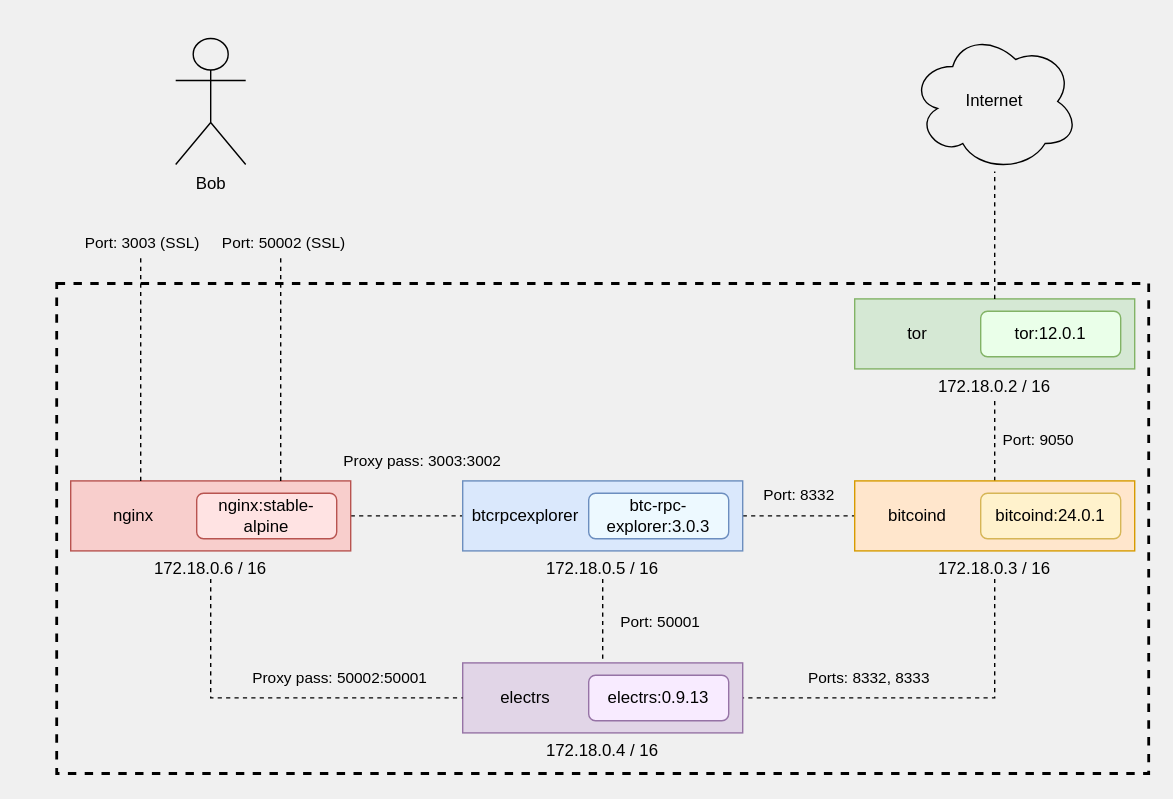
The draw.io diagram .doc/readme/diagram.drawio.xml in reverse-hash/bitcoin-full-node-with-docker, before the edit. Source tidied: cells renumbered, new cells numbered last; positions are measured from the earlier drawing's top-left corner, leaving out a move shared by most shapes. Both pictures are drawn from the tidied source at 140%, with x=0, y=0 at pixel (56, 31).
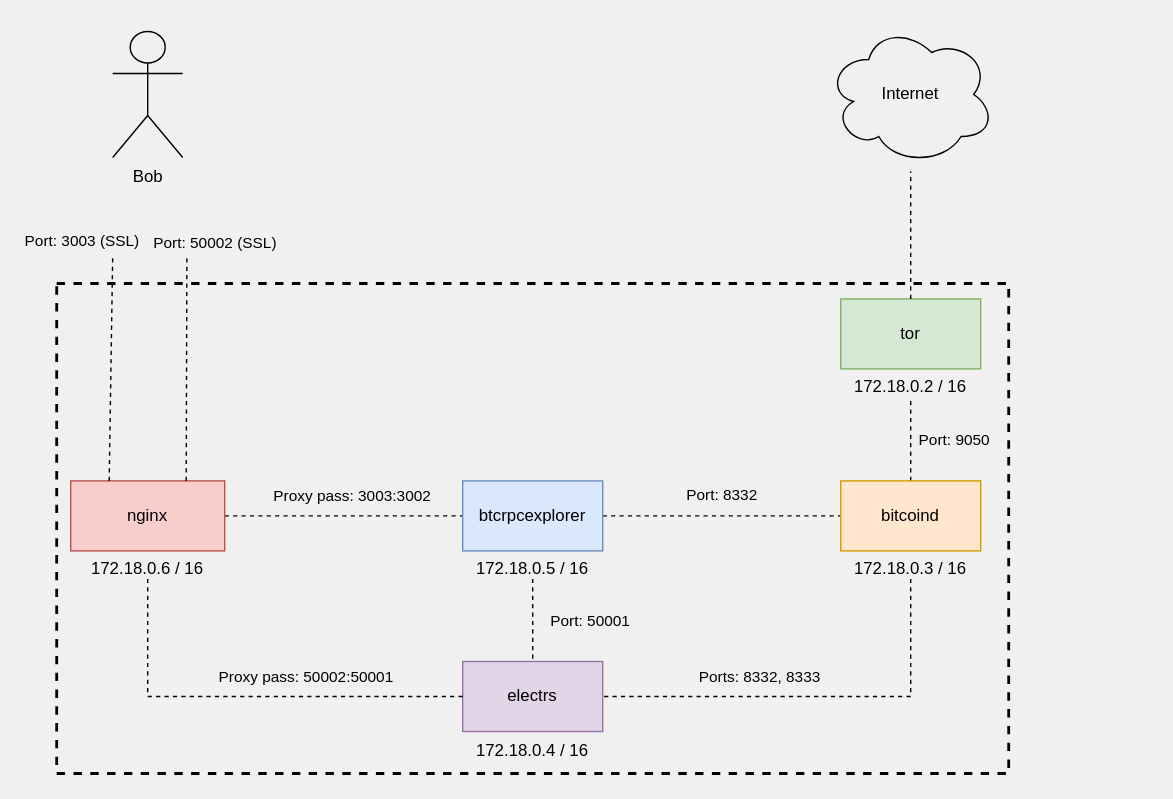
Above is the later version.

Commit message (it also covers changes not shown here):
Upgrade to electrs + add dark diagram

Unchanged cells that the change refers to:
```xml
<mxCell id="9" style="endArrow=none;dashed=1;html=1;rounded=0;entryX=0;entryY=0.5;entryDx=0;entryDy=0;exitX=1;exitY=0.5;exitDx=0;exitDy=0;" parent="1" edge="1" source="11" target="21">
  <mxGeometry relative="1" as="geometry" />
</mxCell>
```

Diff of the diagram source:
```diff
@@
     <mxCell id="2" style="rounded=0;whiteSpace=wrap;html=1;dashed=1;fillColor=none;strokeWidth=2;" parent="1" vertex="1">
-      <mxGeometry y="180" width="780" height="350" as="geometry" />
+      <mxGeometry y="180" width="680" height="350" as="geometry" />
     </mxCell>
@@
     <mxCell id="5" value="Bob" style="shape=umlActor;verticalLabelPosition=bottom;verticalAlign=top;html=1;fillColor=none;" parent="1" vertex="1">
-      <mxGeometry x="85" y="5" width="50" height="90" as="geometry" />
+      <mxGeometry x="40" width="50" height="90" as="geometry" />
     </mxCell>
@@
     <mxCell id="7" style="endArrow=none;dashed=1;html=1;rounded=0;exitX=0.5;exitY=1;exitDx=0;exitDy=0;entryX=1;entryY=0.5;entryDx=0;entryDy=0;" parent="1" edge="1" source="27" target="17">
       <mxGeometry relative="1" as="geometry">
         <Array as="points">
-          <mxPoint x="670" y="476" />
+          <mxPoint x="610" y="475" />
         </Array>
       </mxGeometry>
     </mxCell>
@@
     <mxCell id="10" value="Proxy pass: 3003:3002" style="edgeLabel;html=1;align=center;verticalAlign=middle;labelBackgroundColor=none;" parent="9" vertex="1">
       <mxGeometry x="0.15" y="-1" relative="1" as="geometry">
-        <mxPoint x="4" y="-41" as="offset" />
+        <mxPoint x="-8" y="-16" as="offset" />
       </mxGeometry>
     </mxCell>
     <mxCell id="11" style="rounded=0;whiteSpace=wrap;html=1;align=left;perimeterSpacing=0;spacingLeft=10;fillColor=#f8cecc;strokeColor=#b85450;" parent="1" vertex="1">
-      <mxGeometry x="10" y="321" width="200" height="50" as="geometry" />
+      <mxGeometry x="10" y="321" width="110" height="50" as="geometry" />
     </mxCell>
-    <mxCell id="12" value="nginx:stable-alpine" style="rounded=1;whiteSpace=wrap;html=1;fillColor=#FFE3E3;strokeColor=#b85450;" parent="1" vertex="1">
-      <mxGeometry x="100" y="329.8" width="100" height="32.5" as="geometry" />
-    </mxCell>
     <mxCell id="13" value="172.18.0.6 / 16" style="text;html=1;strokeColor=none;fillColor=none;align=center;verticalAlign=middle;whiteSpace=wrap;rounded=0;" parent="1" vertex="1">
-      <mxGeometry x="10" y="376" width="200" height="15" as="geometry" />
+      <mxGeometry x="10" y="376" width="110" height="15" as="geometry" />
     </mxCell>
     <mxCell id="14" value="&lt;span style=&quot;text-align: left;&quot;&gt;nginx&lt;/span&gt;" style="text;html=1;strokeColor=none;fillColor=none;align=center;verticalAlign=middle;whiteSpace=wrap;rounded=0;" parent="1" vertex="1">
-      <mxGeometry x="20" y="331" width="70" height="30" as="geometry" />
+      <mxGeometry x="20" y="331" width="90" height="30" as="geometry" />
     </mxCell>
@@
     <mxCell id="17" style="rounded=0;whiteSpace=wrap;html=1;align=left;perimeterSpacing=0;spacingLeft=10;fillColor=#e1d5e7;strokeColor=#9673a6;" parent="1" vertex="1">
-      <mxGeometry x="290" y="451" width="200" height="50" as="geometry" />
+      <mxGeometry x="290" y="450" width="100" height="50" as="geometry" />
     </mxCell>
-    <mxCell id="18" value="electrs:0.9.13" style="rounded=1;whiteSpace=wrap;html=1;fillColor=#F8EBFF;strokeColor=#9673a6;" parent="1" vertex="1">
-      <mxGeometry x="380" y="459.8" width="100" height="32.5" as="geometry" />
-    </mxCell>
     <mxCell id="19" value="172.18.0.4 / 16" style="text;html=1;strokeColor=none;fillColor=none;align=center;verticalAlign=middle;whiteSpace=wrap;rounded=0;" parent="1" vertex="1">
-      <mxGeometry x="290" y="506" width="200" height="15" as="geometry" />
+      <mxGeometry x="290" y="506" width="100" height="15" as="geometry" />
     </mxCell>
     <mxCell id="20" value="&lt;span style=&quot;text-align: left;&quot;&gt;electrs&lt;/span&gt;" style="text;html=1;strokeColor=none;fillColor=none;align=center;verticalAlign=middle;whiteSpace=wrap;rounded=0;" parent="1" vertex="1">
-      <mxGeometry x="300" y="461" width="70" height="30" as="geometry" />
+      <mxGeometry x="300" y="455.5" width="80" height="39" as="geometry" />
     </mxCell>
     <mxCell id="21" style="rounded=0;whiteSpace=wrap;html=1;align=left;perimeterSpacing=0;spacingLeft=10;fillColor=#dae8fc;strokeColor=#6c8ebf;" parent="1" vertex="1">
-      <mxGeometry x="290" y="321" width="200" height="50" as="geometry" />
+      <mxGeometry x="290" y="321" width="100" height="50" as="geometry" />
     </mxCell>
-    <mxCell id="22" value="btc-rpc-explorer:3.0.3" style="rounded=1;whiteSpace=wrap;html=1;fillColor=#EDF9FF;strokeColor=#6c8ebf;" parent="1" vertex="1">
-      <mxGeometry x="380" y="329.8" width="100" height="32.5" as="geometry" />
-    </mxCell>
     <mxCell id="23" value="172.18.0.5 / 16" style="text;html=1;strokeColor=none;fillColor=none;align=center;verticalAlign=middle;whiteSpace=wrap;rounded=0;" parent="1" vertex="1">
-      <mxGeometry x="290" y="376" width="200" height="15" as="geometry" />
+      <mxGeometry x="290" y="376" width="100" height="15" as="geometry" />
     </mxCell>
     <mxCell id="24" value="&lt;span style=&quot;text-align: left;&quot;&gt;btcrpcexplorer&lt;/span&gt;" style="text;html=1;strokeColor=none;fillColor=none;align=center;verticalAlign=middle;whiteSpace=wrap;rounded=0;" parent="1" vertex="1">
-      <mxGeometry x="300" y="331" width="70" height="30" as="geometry" />
+      <mxGeometry x="300" y="330" width="80" height="31" as="geometry" />
     </mxCell>
     <mxCell id="25" style="rounded=0;whiteSpace=wrap;html=1;align=left;perimeterSpacing=0;spacingLeft=10;fillColor=#ffe6cc;strokeColor=#d79b00;" parent="1" vertex="1">
-      <mxGeometry x="570" y="321" width="200" height="50" as="geometry" />
+      <mxGeometry x="560" y="321" width="100" height="50" as="geometry" />
     </mxCell>
-    <mxCell id="26" value="bitcoind:24.0.1" style="rounded=1;whiteSpace=wrap;html=1;fillColor=#fff2cc;strokeColor=#d6b656;" parent="1" vertex="1">
-      <mxGeometry x="660" y="329.8" width="100" height="32.5" as="geometry" />
-    </mxCell>
     <mxCell id="27" value="172.18.0.3 / 16" style="text;html=1;strokeColor=none;fillColor=none;align=center;verticalAlign=middle;whiteSpace=wrap;rounded=0;" parent="1" vertex="1">
-      <mxGeometry x="570" y="376" width="200" height="15" as="geometry" />
+      <mxGeometry x="560" y="376" width="100" height="15" as="geometry" />
     </mxCell>
     <mxCell id="28" value="&lt;span style=&quot;text-align: left;&quot;&gt;bitcoind&lt;/span&gt;" style="text;html=1;strokeColor=none;fillColor=none;align=center;verticalAlign=middle;whiteSpace=wrap;rounded=0;" parent="1" vertex="1">
-      <mxGeometry x="580" y="331" width="70" height="30" as="geometry" />
+      <mxGeometry x="570" y="331" width="80" height="30" as="geometry" />
     </mxCell>
     <mxCell id="29" style="rounded=0;whiteSpace=wrap;html=1;align=left;perimeterSpacing=0;spacingLeft=10;fillColor=#d5e8d4;strokeColor=#82b366;" parent="1" vertex="1">
-      <mxGeometry x="570" y="191" width="200" height="50" as="geometry" />
+      <mxGeometry x="560" y="191" width="100" height="50" as="geometry" />
     </mxCell>
-    <mxCell id="30" value="tor:12.0.1" style="rounded=1;whiteSpace=wrap;html=1;fillColor=#EAFFE9;strokeColor=#82b366;" parent="1" vertex="1">
-      <mxGeometry x="660" y="199.8" width="100" height="32.5" as="geometry" />
-    </mxCell>
     <mxCell id="31" value="172.18.0.2 / 16" style="text;html=1;strokeColor=none;fillColor=none;align=center;verticalAlign=middle;whiteSpace=wrap;rounded=0;" parent="1" vertex="1">
-      <mxGeometry x="570" y="246" width="200" height="15" as="geometry" />
+      <mxGeometry x="560" y="246" width="100" height="15" as="geometry" />
     </mxCell>
     <mxCell id="32" value="tor" style="text;html=1;strokeColor=none;fillColor=none;align=center;verticalAlign=middle;whiteSpace=wrap;rounded=0;" parent="1" vertex="1">
-      <mxGeometry x="580" y="201" width="70" height="30" as="geometry" />
+      <mxGeometry x="570" y="201" width="80" height="30" as="geometry" />
     </mxCell>
     <mxCell id="33" value="Internet" style="ellipse;shape=cloud;whiteSpace=wrap;html=1;fillColor=none;" parent="1" vertex="1">
-      <mxGeometry x="610" width="120" height="100" as="geometry" />
+      <mxGeometry x="550" y="-5" width="120" height="100" as="geometry" />
     </mxCell>
     <mxCell id="34" style="endArrow=none;dashed=1;html=1;rounded=0;exitX=0.5;exitY=0;exitDx=0;exitDy=0;" parent="1" edge="1" source="29">
       <mxGeometry relative="1" as="geometry">
-        <mxPoint x="670" y="100" as="targetPoint" />
+        <mxPoint x="610" y="100" as="targetPoint" />
       </mxGeometry>
     </mxCell>
     <mxCell id="35" style="endArrow=none;dashed=1;html=1;rounded=0;fontColor=#000000;exitX=0.25;exitY=0;exitDx=0;exitDy=0;" parent="1" edge="1" source="11">
       <mxGeometry relative="1" as="geometry">
-        <mxPoint x="60" y="160" as="targetPoint" />
+        <mxPoint x="40" y="160" as="targetPoint" />
       </mxGeometry>
     </mxCell>
     <mxCell id="36" value="Port: 3003 (SSL)" style="edgeLabel;html=1;align=center;verticalAlign=middle;fontColor=#000000;labelBackgroundColor=none;" parent="35" vertex="1">
       <mxGeometry x="-0.22" y="3" relative="1" as="geometry">
-        <mxPoint x="3" y="-108" as="offset" />
+        <mxPoint x="-18" y="-108" as="offset" />
       </mxGeometry>
     </mxCell>
     <mxCell id="37" style="endArrow=none;dashed=1;html=1;rounded=0;fontColor=#000000;exitX=0.75;exitY=0;exitDx=0;exitDy=0;" parent="1" edge="1" source="11">
       <mxGeometry relative="1" as="geometry">
-        <mxPoint x="160" y="160" as="targetPoint" />
+        <mxPoint x="93" y="160" as="targetPoint" />
       </mxGeometry>
     </mxCell>
     <mxCell id="38" value="Port: 50002 (SSL)" style="edgeLabel;html=1;align=center;verticalAlign=middle;fontColor=#000000;labelBackgroundColor=none;" parent="37" vertex="1">
       <mxGeometry x="0.07" y="-1" relative="1" as="geometry">
-        <mxPoint y="-85" as="offset" />
+        <mxPoint x="19" y="-85" as="offset" />
       </mxGeometry>
     </mxCell>
     <mxCell id="39" style="endArrow=none;dashed=1;html=1;rounded=0;fontColor=#000000;entryX=0;entryY=0.5;entryDx=0;entryDy=0;exitX=0.5;exitY=1;exitDx=0;exitDy=0;" parent="1" edge="1" source="13" target="17">
       <mxGeometry relative="1" as="geometry">
         <Array as="points">
-          <mxPoint x="110" y="476" />
+          <mxPoint x="65" y="475" />
         </Array>
       </mxGeometry>
     </mxCell>
```
